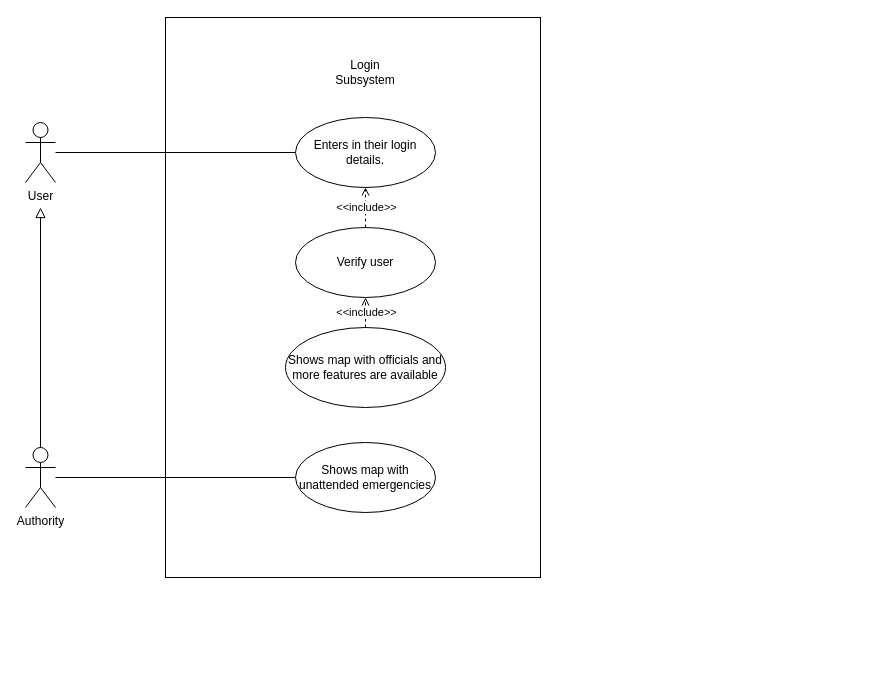
This is Login.drawio from Kari19/D1, a draw.io file, before an edit. Source tidied: cells renumbered, new cells numbered last; positions are measured from the earlier drawing's top-left corner, leaving out a move shared by most shapes. Both pictures are drawn from the tidied source at 100%, with x=0, y=0 at pixel (25, 17).
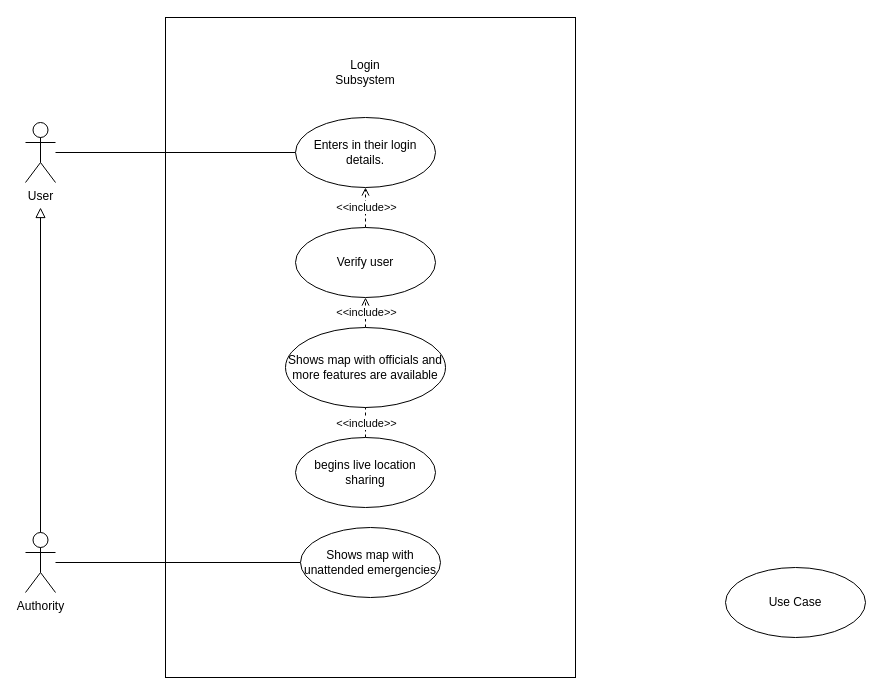
After the change.

Unchanged cells that the change refers to:
```xml
<mxCell id="9" value="Shows map with officials and more features are available" style="ellipse;whiteSpace=wrap;html=1;" parent="1" vertex="1">
  <mxGeometry x="260" y="310" width="160" height="80" as="geometry" />
</mxCell>
```

The edit, as a diff of the source:
```diff
@@
     <mxCell id="2" value="&lt;div&gt;&lt;/div&gt;" style="rounded=0;whiteSpace=wrap;html=1;" parent="1" vertex="1">
-      <mxGeometry x="140" width="375" height="560" as="geometry" />
+      <mxGeometry x="140" width="410" height="660" as="geometry" />
     </mxCell>
@@
     <mxCell id="11" value="Authority" style="shape=umlActor;html=1;verticalLabelPosition=bottom;verticalAlign=top;align=center;" parent="1" vertex="1">
-      <mxGeometry y="430" width="30" height="60" as="geometry" />
+      <mxGeometry y="515" width="30" height="60" as="geometry" />
     </mxCell>
@@
     <mxCell id="13" value="&lt;div&gt;Shows map with unattended emergencies&lt;/div&gt;" style="ellipse;whiteSpace=wrap;html=1;" parent="1" vertex="1">
-      <mxGeometry x="270" y="425" width="140" height="70" as="geometry" />
+      <mxGeometry x="275" y="510" width="140" height="70" as="geometry" />
     </mxCell>
@@
+    <mxCell id="17" value="Use Case" style="ellipse;whiteSpace=wrap;html=1;" parent="1" vertex="1">
+      <mxGeometry x="700" y="550" width="140" height="70" as="geometry" />
+    </mxCell>
+    <mxCell id="18" style="edgeStyle=orthogonalEdgeStyle;rounded=0;jettySize=auto;html=1;dashed=1;endArrow=none;startFill=0;" parent="1" edge="1" source="20" target="9">
+      <mxGeometry relative="1" as="geometry" />
+    </mxCell>
+    <mxCell id="19" value="&amp;lt;&amp;lt;include&amp;gt;&amp;gt;" style="edgeLabel;html=1;align=center;verticalAlign=middle;" parent="18" vertex="1">
+      <mxGeometry x="0.4" relative="1" as="geometry" />
+    </mxCell>
+    <mxCell id="20" value="begins live location sharing" style="ellipse;whiteSpace=wrap;html=1;" parent="1" vertex="1">
+      <mxGeometry x="270" y="420" width="140" height="70" as="geometry" />
+    </mxCell>
```
